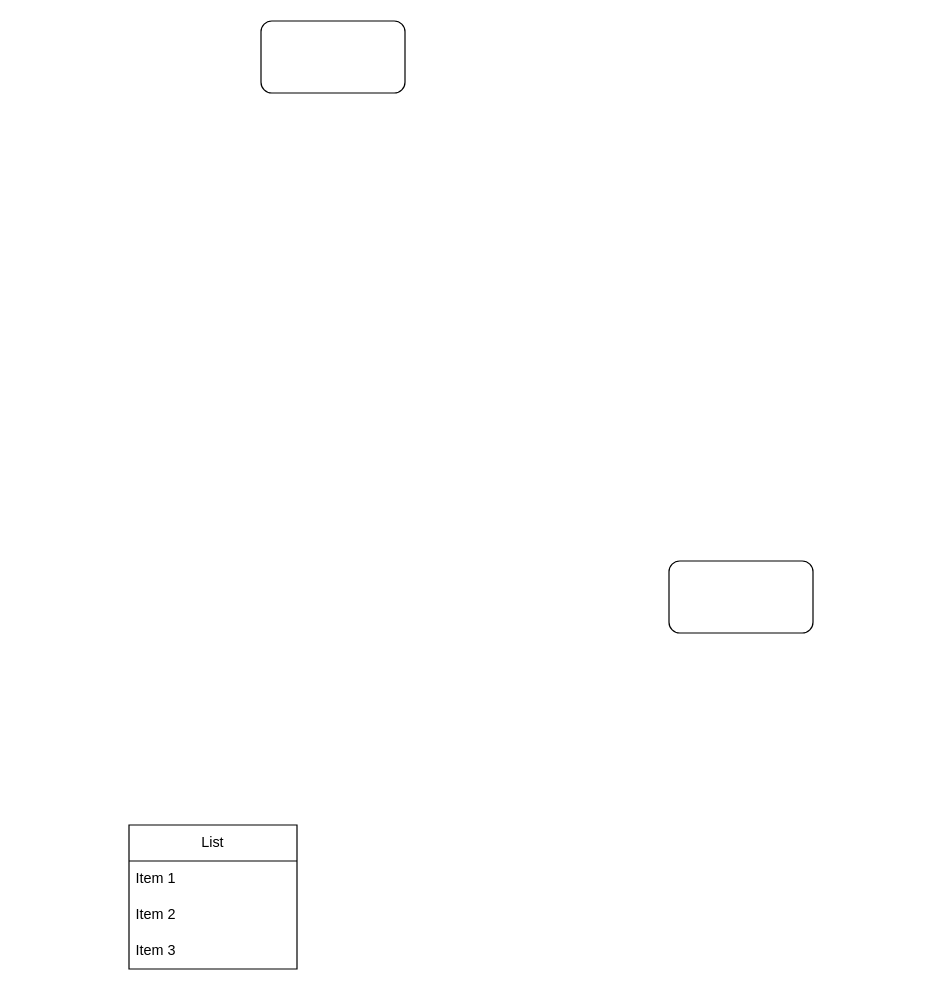
This is Question 1/Q1Diagram.drawio from frans-nekongo/DSA_ASSIGNMENT_2023, a draw.io file, before an edit. Source tidied: cells renumbered, new cells numbered last; positions are measured from the earlier drawing's top-left corner, leaving out a move shared by most shapes. Both pictures are drawn from the tidied source at 120%, with x=0, y=0 at pixel (128, 20).
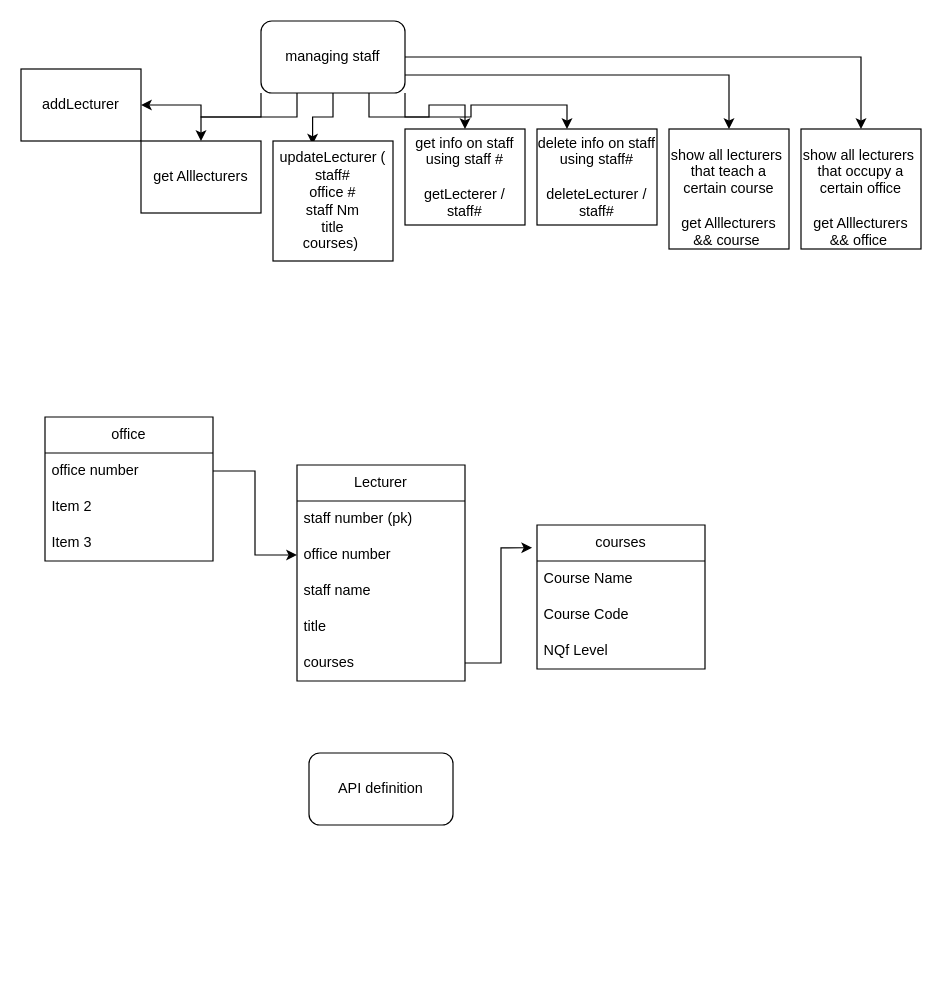
Above is the later version.

The edit, as a diff of the source:
```diff
@@
-    <mxCell id="2" value="List" style="swimlane;fontStyle=0;horizontal=1;startSize=30;whiteSpace=wrap;html=1;" parent="1" vertex="1">
-      <mxGeometry y="670" width="140" height="120" as="geometry" />
-    </mxCell>
-    <mxCell id="3" value="Item 1" style="text;strokeColor=none;fillColor=none;align=left;verticalAlign=middle;spacingLeft=4;spacingRight=4;overflow=hidden;whiteSpace=wrap;html=1;" parent="2" vertex="1">
-      <mxGeometry y="30" width="140" height="30" as="geometry" />
-    </mxCell>
+    <mxCell id="8" style="edgeStyle=orthogonalEdgeStyle;rounded=0;jettySize=auto;html=1;exitX=0;exitY=1;exitDx=0;exitDy=0;" parent="1" edge="1" source="6" target="27">
+      <mxGeometry relative="1" as="geometry" />
+    </mxCell>
+    <mxCell id="9" style="edgeStyle=orthogonalEdgeStyle;rounded=0;jettySize=auto;html=1;exitX=0.25;exitY=1;exitDx=0;exitDy=0;" parent="1" edge="1" source="6" target="28">
+      <mxGeometry relative="1" as="geometry" />
+    </mxCell>
+    <mxCell id="10" style="edgeStyle=orthogonalEdgeStyle;rounded=0;jettySize=auto;html=1;exitX=0.5;exitY=1;exitDx=0;exitDy=0;entryX=0.33;entryY=0.03;entryDx=0;entryDy=0;entryPerimeter=0;" parent="1" edge="1" source="6" target="29">
+      <mxGeometry relative="1" as="geometry" />
+    </mxCell>
+    <mxCell id="11" style="edgeStyle=orthogonalEdgeStyle;rounded=0;jettySize=auto;html=1;exitX=0.75;exitY=1;exitDx=0;exitDy=0;" parent="1" edge="1" source="6" target="30">
+      <mxGeometry relative="1" as="geometry" />
+    </mxCell>
+    <mxCell id="12" style="edgeStyle=orthogonalEdgeStyle;rounded=0;jettySize=auto;html=1;exitX=1;exitY=1;exitDx=0;exitDy=0;entryX=0.25;entryY=0;entryDx=0;entryDy=0;" parent="1" edge="1" source="6" target="31">
+      <mxGeometry relative="1" as="geometry" />
+    </mxCell>
+    <mxCell id="13" style="edgeStyle=orthogonalEdgeStyle;rounded=0;jettySize=auto;html=1;exitX=1;exitY=0.75;exitDx=0;exitDy=0;" parent="1" edge="1" source="6" target="32">
+      <mxGeometry relative="1" as="geometry" />
+    </mxCell>
+    <mxCell id="14" style="edgeStyle=orthogonalEdgeStyle;rounded=0;jettySize=auto;html=1;entryX=0.5;entryY=0;entryDx=0;entryDy=0;" parent="1" edge="1" source="6" target="33">
+      <mxGeometry relative="1" as="geometry" />
+    </mxCell>
+    <mxCell id="6" value="managing staff" style="rounded=1;whiteSpace=wrap;html=1;" parent="1" vertex="1">
+      <mxGeometry x="110" width="120" height="60" as="geometry" />
+    </mxCell>
+    <mxCell id="15" value="Lecturer" style="swimlane;fontStyle=0;horizontal=1;startSize=30;whiteSpace=wrap;html=1;" parent="1" vertex="1">
+      <mxGeometry x="140" y="370" width="140" height="180" as="geometry" />
+    </mxCell>
+    <mxCell id="16" value="staff number (pk)" style="text;strokeColor=none;fillColor=none;align=left;verticalAlign=middle;spacingLeft=4;spacingRight=4;overflow=hidden;whiteSpace=wrap;html=1;" parent="15" vertex="1">
+      <mxGeometry y="30" width="140" height="30" as="geometry" />
+    </mxCell>
+    <mxCell id="17" value="office number" style="text;strokeColor=none;fillColor=none;align=left;verticalAlign=middle;spacingLeft=4;spacingRight=4;overflow=hidden;points=[[0,0.5],[1,0.5]];portConstraint=eastwest;whiteSpace=wrap;html=1;" parent="15" vertex="1">
+      <mxGeometry y="60" width="140" height="30" as="geometry" />
+    </mxCell>
+    <mxCell id="18" value="staff name" style="text;strokeColor=none;fillColor=none;align=left;verticalAlign=middle;spacingLeft=4;spacingRight=4;overflow=hidden;whiteSpace=wrap;html=1;" parent="15" vertex="1">
+      <mxGeometry y="90" width="140" height="30" as="geometry" />
+    </mxCell>
+    <mxCell id="19" value="title" style="text;strokeColor=none;fillColor=none;align=left;verticalAlign=middle;spacingLeft=4;spacingRight=4;overflow=hidden;whiteSpace=wrap;html=1;" parent="15" vertex="1">
+      <mxGeometry y="120" width="140" height="30" as="geometry" />
+    </mxCell>
+    <mxCell id="20" value="courses" style="text;strokeColor=none;fillColor=none;align=left;verticalAlign=middle;spacingLeft=4;spacingRight=4;overflow=hidden;points=[[0,0.5],[1,0.5]];portConstraint=eastwest;whiteSpace=wrap;html=1;" parent="15" vertex="1">
+      <mxGeometry y="150" width="140" height="30" as="geometry" />
+    </mxCell>
+    <mxCell id="21" value="office" style="swimlane;fontStyle=0;horizontal=1;startSize=30;whiteSpace=wrap;html=1;" parent="1" vertex="1">
+      <mxGeometry x="-70" y="330" width="140" height="120" as="geometry" />
+    </mxCell>
+    <mxCell id="22" value="office number" style="text;strokeColor=none;fillColor=none;align=left;verticalAlign=middle;spacingLeft=4;spacingRight=4;overflow=hidden;points=[[0,0.5],[1,0.5]];portConstraint=eastwest;whiteSpace=wrap;html=1;" parent="21" vertex="1">
+      <mxGeometry y="30" width="140" height="30" as="geometry" />
+    </mxCell>
-    <mxCell id="4" value="Item 2" style="text;strokeColor=none;fillColor=none;align=left;verticalAlign=middle;spacingLeft=4;spacingRight=4;overflow=hidden;whiteSpace=wrap;html=1;" parent="2" vertex="1">
+    <mxCell id="4" value="Item 2" style="text;strokeColor=none;fillColor=none;align=left;verticalAlign=middle;spacingLeft=4;spacingRight=4;overflow=hidden;whiteSpace=wrap;html=1;" parent="21" vertex="1">
       <mxGeometry y="60" width="140" height="30" as="geometry" />
     </mxCell>
-    <mxCell id="5" value="Item 3" style="text;strokeColor=none;fillColor=none;align=left;verticalAlign=middle;spacingLeft=4;spacingRight=4;overflow=hidden;whiteSpace=wrap;html=1;" parent="2" vertex="1">
+    <mxCell id="5" value="Item 3" style="text;strokeColor=none;fillColor=none;align=left;verticalAlign=middle;spacingLeft=4;spacingRight=4;overflow=hidden;whiteSpace=wrap;html=1;" parent="21" vertex="1">
       <mxGeometry y="90" width="140" height="30" as="geometry" />
     </mxCell>
-    <mxCell id="6" style="rounded=1;whiteSpace=wrap;html=1;" parent="1" vertex="1">
-      <mxGeometry x="110" width="120" height="60" as="geometry" />
-    </mxCell>
-    <mxCell id="7" style="rounded=1;whiteSpace=wrap;html=1;" parent="1" vertex="1">
-      <mxGeometry x="450" y="450" width="120" height="60" as="geometry" />
-    </mxCell>
+    <mxCell id="23" value="courses" style="swimlane;fontStyle=0;horizontal=1;startSize=30;whiteSpace=wrap;html=1;" parent="1" vertex="1">
+      <mxGeometry x="340" y="420" width="140" height="120" as="geometry" />
+    </mxCell>
+    <mxCell id="24" value="Course Name" style="text;strokeColor=none;fillColor=none;align=left;verticalAlign=middle;spacingLeft=4;spacingRight=4;overflow=hidden;whiteSpace=wrap;html=1;" parent="23" vertex="1">
+      <mxGeometry y="30" width="140" height="30" as="geometry" />
+    </mxCell>
+    <mxCell id="25" value="Course Code" style="text;strokeColor=none;fillColor=none;align=left;verticalAlign=middle;spacingLeft=4;spacingRight=4;overflow=hidden;whiteSpace=wrap;html=1;" parent="23" vertex="1">
+      <mxGeometry y="60" width="140" height="30" as="geometry" />
+    </mxCell>
+    <mxCell id="26" value="NQf Level" style="text;strokeColor=none;fillColor=none;align=left;verticalAlign=middle;spacingLeft=4;spacingRight=4;overflow=hidden;whiteSpace=wrap;html=1;" parent="23" vertex="1">
+      <mxGeometry y="90" width="140" height="30" as="geometry" />
+    </mxCell>
+    <mxCell id="27" value="addLecturer" style="rounded=0;whiteSpace=wrap;html=1;" parent="1" vertex="1">
+      <mxGeometry x="-90" y="40" width="100" height="60" as="geometry" />
+    </mxCell>
+    <mxCell id="28" value="get Alllecturers" style="rounded=0;whiteSpace=wrap;html=1;" parent="1" vertex="1">
+      <mxGeometry x="10" y="100" width="100" height="60" as="geometry" />
+    </mxCell>
+    <mxCell id="29" value="updateLecturer (&lt;br&gt;staff#&lt;br&gt;office #&lt;br&gt;staff Nm&lt;br&gt;title&lt;br&gt;courses)&amp;nbsp;" style="rounded=0;whiteSpace=wrap;html=1;" parent="1" vertex="1">
+      <mxGeometry x="120" y="100" width="100" height="100" as="geometry" />
+    </mxCell>
+    <mxCell id="30" value="get info on staff using staff #&lt;br&gt;&lt;br&gt;getLecterer / staff#" style="rounded=0;whiteSpace=wrap;html=1;" parent="1" vertex="1">
+      <mxGeometry x="230" y="90" width="100" height="80" as="geometry" />
+    </mxCell>
+    <mxCell id="31" value="delete info on staff using staff#&lt;br&gt;&lt;br&gt;deleteLecturer /&lt;br&gt;staff#" style="rounded=0;whiteSpace=wrap;html=1;" parent="1" vertex="1">
+      <mxGeometry x="340" y="90" width="100" height="80" as="geometry" />
+    </mxCell>
+    <mxCell id="32" value="&lt;br&gt;show all lecturers&amp;nbsp; that teach a certain course&lt;br&gt;&lt;br&gt;get Alllecturers &amp;amp;&amp;amp; course&amp;nbsp;" style="rounded=0;whiteSpace=wrap;html=1;" parent="1" vertex="1">
+      <mxGeometry x="450" y="90" width="100" height="100" as="geometry" />
+    </mxCell>
+    <mxCell id="33" value="&lt;br&gt;show all lecturers&amp;nbsp; that occupy a certain office&lt;br&gt;&lt;br&gt;get Alllecturers &amp;amp;&amp;amp; office&amp;nbsp;" style="rounded=0;whiteSpace=wrap;html=1;" parent="1" vertex="1">
+      <mxGeometry x="560" y="90" width="100" height="100" as="geometry" />
+    </mxCell>
+    <mxCell id="34" value="API definition" style="rounded=1;whiteSpace=wrap;html=1;" parent="1" vertex="1">
+      <mxGeometry x="150" y="610" width="120" height="60" as="geometry" />
+    </mxCell>
+    <mxCell id="35" style="edgeStyle=orthogonalEdgeStyle;rounded=0;jettySize=auto;html=1;" parent="1" edge="1" source="22" target="17">
+      <mxGeometry relative="1" as="geometry" />
+    </mxCell>
+    <mxCell id="36" style="edgeStyle=orthogonalEdgeStyle;rounded=0;jettySize=auto;html=1;entryX=-0.029;entryY=0.158;entryDx=0;entryDy=0;entryPerimeter=0;" parent="1" edge="1" source="20" target="23">
+      <mxGeometry relative="1" as="geometry" />
+    </mxCell>
```
